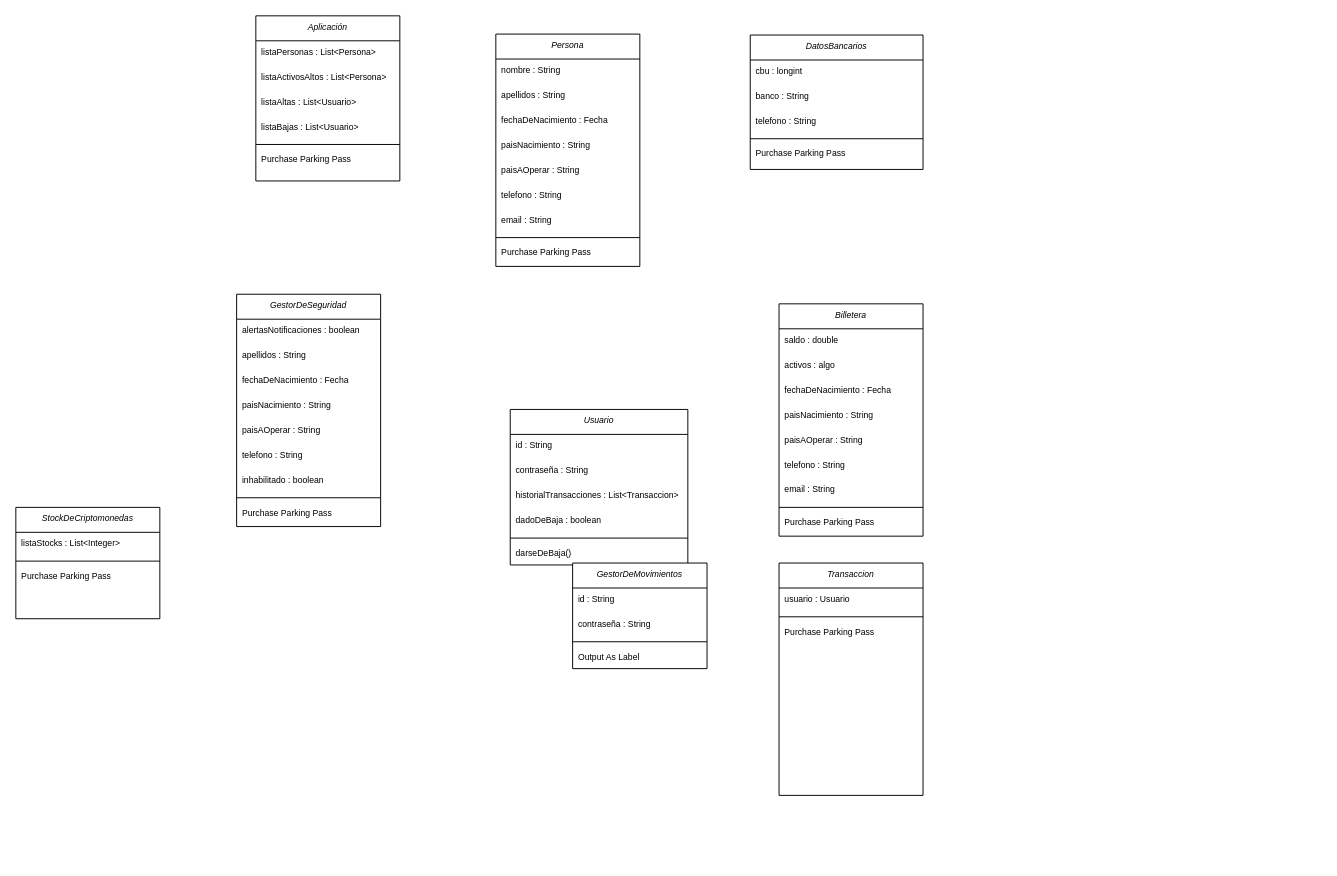
Above: CriptoWallet.drawio in Faus142005/CriptoWallet (draw.io), before the change. Source tidied: cells renumbered, new cells numbered last; positions are measured from the earlier drawing's top-left corner, leaving out a move shared by most shapes. Both pictures are drawn from the tidied source at 96%, with x=0, y=0 at pixel (15, 15).
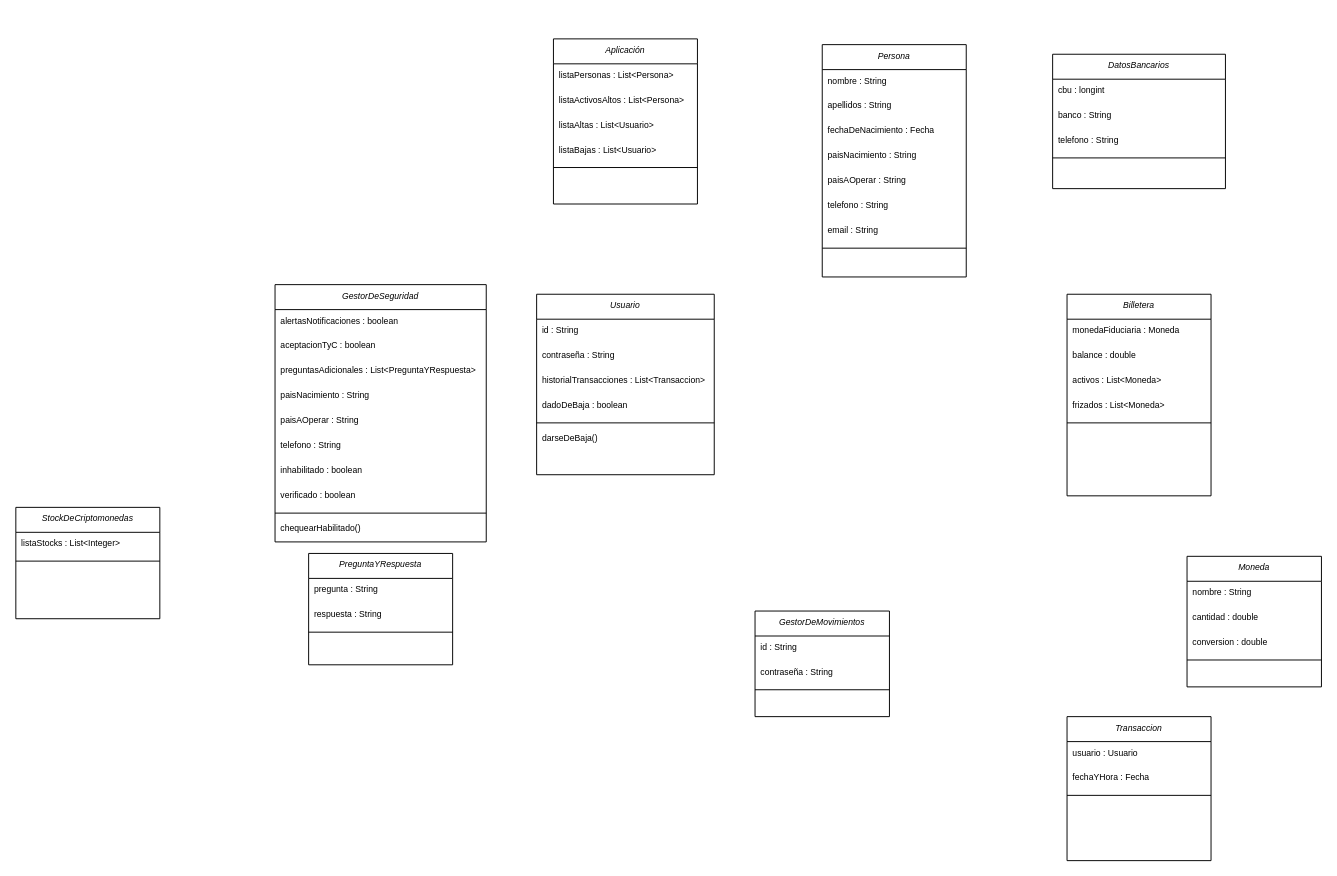
The same diagram, later.

The change refers to these unchanged cells:
```xml
<mxCell id="61" value="StockDeCriptomonedas" style="swimlane;fontStyle=2;align=center;verticalAlign=top;horizontal=1;startSize=26;rounded=0;shadow=0;strokeWidth=1;fontSize=9;" parent="1" vertex="1">
  <mxGeometry y="512" width="150" height="116" as="geometry" />
</mxCell>
```

What changed in the source:
```diff
@@
     <mxCell id="2" value="Persona" style="swimlane;fontStyle=2;align=center;verticalAlign=top;horizontal=1;startSize=26;rounded=0;shadow=0;strokeWidth=1;fontSize=9;" parent="1" vertex="1">
-      <mxGeometry x="500" y="19" width="150" height="242" as="geometry" />
+      <mxGeometry x="840" y="30" width="150" height="242" as="geometry" />
     </mxCell>
@@
-    <mxCell id="11" value="Purchase Parking Pass" style="text;align=left;verticalAlign=top;spacingLeft=4;spacingRight=4;overflow=hidden;fontSize=9;" parent="2" vertex="1">
-      <mxGeometry y="216" width="150" height="26" as="geometry" />
-    </mxCell>
     <mxCell id="12" value="Usuario" style="swimlane;fontStyle=2;align=center;verticalAlign=top;horizontal=1;startSize=26;rounded=0;shadow=0;strokeWidth=1;fontSize=9;" parent="1" vertex="1">
-      <mxGeometry x="515" y="410" width="185" height="162" as="geometry" />
+      <mxGeometry x="542.5" y="290" width="185" height="188" as="geometry" />
     </mxCell>
@@
     <mxCell id="19" value="DatosBancarios" style="swimlane;fontStyle=2;align=center;verticalAlign=top;horizontal=1;startSize=26;rounded=0;shadow=0;strokeWidth=1;fontSize=9;" parent="1" vertex="1">
-      <mxGeometry x="765" y="20" width="180" height="140" as="geometry" />
+      <mxGeometry x="1080" y="40" width="180" height="140" as="geometry" />
     </mxCell>
@@
-    <mxCell id="24" value="Purchase Parking Pass" style="text;align=left;verticalAlign=top;spacingLeft=4;spacingRight=4;overflow=hidden;fontSize=9;" parent="19" vertex="1">
-      <mxGeometry y="112" width="180" height="26" as="geometry" />
-    </mxCell>
     <mxCell id="25" value="GestorDeSeguridad" style="swimlane;fontStyle=2;align=center;verticalAlign=top;horizontal=1;startSize=26;rounded=0;shadow=0;strokeWidth=1;fontSize=9;" parent="1" vertex="1">
-      <mxGeometry x="230" y="290" width="150" height="242" as="geometry" />
+      <mxGeometry x="270" y="280" width="220" height="268" as="geometry" />
     </mxCell>
     <mxCell id="26" value="alertasNotificaciones : boolean" style="text;align=left;verticalAlign=top;spacingLeft=4;spacingRight=4;overflow=hidden;rounded=0;shadow=0;html=0;fontSize=9;" parent="25" vertex="1">
-      <mxGeometry y="26" width="150" height="26" as="geometry" />
+      <mxGeometry y="26" width="220" height="26" as="geometry" />
     </mxCell>
-    <mxCell id="27" value="apellidos : String" style="text;align=left;verticalAlign=top;spacingLeft=4;spacingRight=4;overflow=hidden;rounded=0;shadow=0;html=0;fontSize=9;" parent="25" vertex="1">
-      <mxGeometry y="52" width="150" height="26" as="geometry" />
+    <mxCell id="27" value="aceptacionTyC : boolean" style="text;align=left;verticalAlign=top;spacingLeft=4;spacingRight=4;overflow=hidden;rounded=0;shadow=0;html=0;fontSize=9;" parent="25" vertex="1">
+      <mxGeometry y="52" width="220" height="26" as="geometry" />
     </mxCell>
-    <mxCell id="28" value="fechaDeNacimiento : Fecha" style="text;align=left;verticalAlign=top;spacingLeft=4;spacingRight=4;overflow=hidden;rounded=0;shadow=0;html=0;fontSize=9;" parent="25" vertex="1">
-      <mxGeometry y="78" width="150" height="26" as="geometry" />
+    <mxCell id="28" value="preguntasAdicionales : List&lt;PreguntaYRespuesta&gt;" style="text;align=left;verticalAlign=top;spacingLeft=4;spacingRight=4;overflow=hidden;rounded=0;shadow=0;html=0;fontSize=9;" parent="25" vertex="1">
+      <mxGeometry y="78" width="220" height="26" as="geometry" />
     </mxCell>
     <mxCell id="29" value="paisNacimiento : String" style="text;align=left;verticalAlign=top;spacingLeft=4;spacingRight=4;overflow=hidden;rounded=0;shadow=0;html=0;fontSize=9;" parent="25" vertex="1">
-      <mxGeometry y="104" width="150" height="26" as="geometry" />
+      <mxGeometry y="104" width="220" height="26" as="geometry" />
     </mxCell>
     <mxCell id="30" value="paisAOperar : String" style="text;align=left;verticalAlign=top;spacingLeft=4;spacingRight=4;overflow=hidden;rounded=0;shadow=0;html=0;fontSize=9;" parent="25" vertex="1">
-      <mxGeometry y="130" width="150" height="26" as="geometry" />
+      <mxGeometry y="130" width="220" height="26" as="geometry" />
     </mxCell>
     <mxCell id="31" value="telefono : String" style="text;align=left;verticalAlign=top;spacingLeft=4;spacingRight=4;overflow=hidden;rounded=0;shadow=0;html=0;fontSize=9;" parent="25" vertex="1">
-      <mxGeometry y="156" width="150" height="26" as="geometry" />
+      <mxGeometry y="156" width="220" height="26" as="geometry" />
     </mxCell>
     <mxCell id="32" value="inhabilitado : boolean" style="text;align=left;verticalAlign=top;spacingLeft=4;spacingRight=4;overflow=hidden;rounded=0;shadow=0;html=0;fontSize=9;" parent="25" vertex="1">
-      <mxGeometry y="182" width="150" height="26" as="geometry" />
+      <mxGeometry y="182" width="220" height="26" as="geometry" />
     </mxCell>
+    <mxCell id="65" value="verificado : boolean" style="text;align=left;verticalAlign=top;spacingLeft=4;spacingRight=4;overflow=hidden;rounded=0;shadow=0;html=0;fontSize=9;" parent="25" vertex="1">
+      <mxGeometry y="208" width="220" height="26" as="geometry" />
+    </mxCell>
     <mxCell id="33" style="line;html=1;strokeWidth=1;align=left;verticalAlign=middle;spacingTop=-1;spacingLeft=3;spacingRight=3;labelPosition=right;" parent="25" vertex="1">
-      <mxGeometry y="208" width="150" height="8" as="geometry" />
+      <mxGeometry y="234" width="220" height="8" as="geometry" />
     </mxCell>
-    <mxCell id="34" value="Purchase Parking Pass" style="text;align=left;verticalAlign=top;spacingLeft=4;spacingRight=4;overflow=hidden;fontSize=9;" parent="25" vertex="1">
-      <mxGeometry y="216" width="150" height="26" as="geometry" />
+    <mxCell id="34" value="chequearHabilitado()" style="text;align=left;verticalAlign=top;spacingLeft=4;spacingRight=4;overflow=hidden;fontSize=9;" parent="25" vertex="1">
+      <mxGeometry y="242" width="220" height="26" as="geometry" />
     </mxCell>
     <mxCell id="35" value="Billetera" style="swimlane;fontStyle=2;align=center;verticalAlign=top;horizontal=1;startSize=26;rounded=0;shadow=0;strokeWidth=1;fontSize=9;" parent="1" vertex="1">
-      <mxGeometry x="795" y="300" width="150" height="242" as="geometry" />
+      <mxGeometry x="1095" y="290" width="150" height="210" as="geometry" />
     </mxCell>
+    <mxCell id="38" value="monedaFiduciaria : Moneda" style="text;align=left;verticalAlign=top;spacingLeft=4;spacingRight=4;overflow=hidden;rounded=0;shadow=0;html=0;fontSize=9;" parent="35" vertex="1">
+      <mxGeometry y="26" width="150" height="26" as="geometry" />
+    </mxCell>
-    <mxCell id="36" value="saldo : double" style="text;align=left;verticalAlign=top;spacingLeft=4;spacingRight=4;overflow=hidden;rounded=0;shadow=0;html=0;fontSize=9;" parent="35" vertex="1">
-      <mxGeometry y="26" width="150" height="26" as="geometry" />
+    <mxCell id="36" value="balance : double" style="text;align=left;verticalAlign=top;spacingLeft=4;spacingRight=4;overflow=hidden;rounded=0;shadow=0;html=0;fontSize=9;" parent="35" vertex="1">
+      <mxGeometry y="52" width="150" height="26" as="geometry" />
     </mxCell>
-    <mxCell id="37" value="activos : algo" style="text;align=left;verticalAlign=top;spacingLeft=4;spacingRight=4;overflow=hidden;rounded=0;shadow=0;html=0;fontSize=9;" parent="35" vertex="1">
-      <mxGeometry y="52" width="150" height="26" as="geometry" />
+    <mxCell id="37" value="activos : List&lt;Moneda&gt;" style="text;align=left;verticalAlign=top;spacingLeft=4;spacingRight=4;overflow=hidden;rounded=0;shadow=0;html=0;fontSize=9;" parent="35" vertex="1">
+      <mxGeometry y="78" width="150" height="26" as="geometry" />
     </mxCell>
-    <mxCell id="38" value="fechaDeNacimiento : Fecha" style="text;align=left;verticalAlign=top;spacingLeft=4;spacingRight=4;overflow=hidden;rounded=0;shadow=0;html=0;fontSize=9;" parent="35" vertex="1">
-      <mxGeometry y="78" width="150" height="26" as="geometry" />
-    </mxCell>
-    <mxCell id="39" value="paisNacimiento : String" style="text;align=left;verticalAlign=top;spacingLeft=4;spacingRight=4;overflow=hidden;rounded=0;shadow=0;html=0;fontSize=9;" parent="35" vertex="1">
-      <mxGeometry y="104" width="150" height="26" as="geometry" />
-    </mxCell>
-    <mxCell id="40" value="paisAOperar : String" style="text;align=left;verticalAlign=top;spacingLeft=4;spacingRight=4;overflow=hidden;rounded=0;shadow=0;html=0;fontSize=9;" parent="35" vertex="1">
-      <mxGeometry y="130" width="150" height="26" as="geometry" />
-    </mxCell>
-    <mxCell id="41" value="telefono : String" style="text;align=left;verticalAlign=top;spacingLeft=4;spacingRight=4;overflow=hidden;rounded=0;shadow=0;html=0;fontSize=9;" parent="35" vertex="1">
-      <mxGeometry y="156" width="150" height="26" as="geometry" />
-    </mxCell>
-    <mxCell id="42" value="email : String" style="text;align=left;verticalAlign=top;spacingLeft=4;spacingRight=4;overflow=hidden;rounded=0;shadow=0;html=0;fontSize=9;" parent="35" vertex="1">
-      <mxGeometry y="182" width="150" height="26" as="geometry" />
-    </mxCell>
+    <mxCell id="66" value="frizados : List&lt;Moneda&gt;" style="text;align=left;verticalAlign=top;spacingLeft=4;spacingRight=4;overflow=hidden;rounded=0;shadow=0;html=0;fontSize=9;" parent="35" vertex="1">
+      <mxGeometry y="104" width="150" height="26" as="geometry" />
+    </mxCell>
     <mxCell id="43" style="line;html=1;strokeWidth=1;align=left;verticalAlign=middle;spacingTop=-1;spacingLeft=3;spacingRight=3;labelPosition=right;" parent="35" vertex="1">
-      <mxGeometry y="208" width="150" height="8" as="geometry" />
+      <mxGeometry y="130" width="150" height="8" as="geometry" />
     </mxCell>
-    <mxCell id="44" value="Purchase Parking Pass" style="text;align=left;verticalAlign=top;spacingLeft=4;spacingRight=4;overflow=hidden;fontSize=9;" parent="35" vertex="1">
-      <mxGeometry y="216" width="150" height="26" as="geometry" />
-    </mxCell>
     <mxCell id="45" value="Transaccion" style="swimlane;fontStyle=2;align=center;verticalAlign=top;horizontal=1;startSize=26;rounded=0;shadow=0;strokeWidth=1;fontSize=9;" parent="1" vertex="1">
-      <mxGeometry x="795" y="570" width="150" height="242" as="geometry" />
+      <mxGeometry x="1095" y="730" width="150" height="150" as="geometry" />
     </mxCell>
@@
+    <mxCell id="67" value="fechaYHora : Fecha" style="text;align=left;verticalAlign=top;spacingLeft=4;spacingRight=4;overflow=hidden;rounded=0;shadow=0;html=0;fontSize=9;" parent="45" vertex="1">
+      <mxGeometry y="52" width="150" height="26" as="geometry" />
+    </mxCell>
     <mxCell id="47" style="line;html=1;strokeWidth=1;align=left;verticalAlign=middle;spacingTop=-1;spacingLeft=3;spacingRight=3;labelPosition=right;" parent="45" vertex="1">
-      <mxGeometry y="52" width="150" height="8" as="geometry" />
+      <mxGeometry y="78" width="150" height="8" as="geometry" />
     </mxCell>
-    <mxCell id="48" value="Purchase Parking Pass" style="text;align=left;verticalAlign=top;spacingLeft=4;spacingRight=4;overflow=hidden;fontSize=9;" parent="45" vertex="1">
-      <mxGeometry y="60" width="150" height="26" as="geometry" />
-    </mxCell>
     <mxCell id="49" value="GestorDeMovimientos" style="swimlane;fontStyle=2;align=center;verticalAlign=top;horizontal=1;startSize=26;rounded=0;shadow=0;strokeWidth=1;fontSize=9;" parent="1" vertex="1">
-      <mxGeometry x="580" y="570" width="140" height="110" as="geometry" />
+      <mxGeometry x="770" y="620" width="140" height="110" as="geometry" />
     </mxCell>
@@
-    <mxCell id="53" value="Output As Label" style="text;align=left;verticalAlign=top;spacingLeft=4;spacingRight=4;overflow=hidden;fontSize=9;" parent="49" vertex="1">
-      <mxGeometry y="86" width="140" height="24" as="geometry" />
-    </mxCell>
     <mxCell id="54" value="Aplicación" style="swimlane;fontStyle=2;align=center;verticalAlign=top;horizontal=1;startSize=26;rounded=0;shadow=0;strokeWidth=1;fontSize=9;" parent="1" vertex="1">
-      <mxGeometry x="250" width="150" height="172" as="geometry" />
+      <mxGeometry x="560" y="24" width="150" height="172" as="geometry" />
     </mxCell>
@@
-    <mxCell id="60" value="Purchase Parking Pass" style="text;align=left;verticalAlign=top;spacingLeft=4;spacingRight=4;overflow=hidden;fontSize=9;" parent="54" vertex="1">
-      <mxGeometry y="138" width="150" height="26" as="geometry" />
-    </mxCell>
@@
-    <mxCell id="64" value="Purchase Parking Pass" style="text;align=left;verticalAlign=top;spacingLeft=4;spacingRight=4;overflow=hidden;fontSize=9;" parent="61" vertex="1">
-      <mxGeometry y="60" width="150" height="26" as="geometry" />
-    </mxCell>
+    <mxCell id="68" value="PreguntaYRespuesta" style="swimlane;fontStyle=2;align=center;verticalAlign=top;horizontal=1;startSize=26;rounded=0;shadow=0;strokeWidth=1;fontSize=9;" parent="1" vertex="1">
+      <mxGeometry x="305" y="560" width="150" height="116" as="geometry" />
+    </mxCell>
+    <mxCell id="69" value="pregunta : String" style="text;align=left;verticalAlign=top;spacingLeft=4;spacingRight=4;overflow=hidden;rounded=0;shadow=0;html=0;fontSize=9;" parent="68" vertex="1">
+      <mxGeometry y="26" width="150" height="26" as="geometry" />
+    </mxCell>
+    <mxCell id="70" value="respuesta : String" style="text;align=left;verticalAlign=top;spacingLeft=4;spacingRight=4;overflow=hidden;rounded=0;shadow=0;html=0;fontSize=9;" parent="68" vertex="1">
+      <mxGeometry y="52" width="150" height="26" as="geometry" />
+    </mxCell>
+    <mxCell id="71" style="line;html=1;strokeWidth=1;align=left;verticalAlign=middle;spacingTop=-1;spacingLeft=3;spacingRight=3;labelPosition=right;" parent="68" vertex="1">
+      <mxGeometry y="78" width="150" height="8" as="geometry" />
+    </mxCell>
+    <mxCell id="72" value="Moneda" style="swimlane;fontStyle=2;align=center;verticalAlign=top;horizontal=1;startSize=26;rounded=0;shadow=0;strokeWidth=1;fontSize=9;" parent="1" vertex="1">
+      <mxGeometry x="1220" y="563" width="140" height="136" as="geometry" />
+    </mxCell>
+    <mxCell id="73" value="nombre : String" style="text;align=left;verticalAlign=top;spacingLeft=4;spacingRight=4;overflow=hidden;fontSize=9;" parent="72" vertex="1">
+      <mxGeometry y="26" width="140" height="26" as="geometry" />
+    </mxCell>
+    <mxCell id="74" value="cantidad : double" style="text;align=left;verticalAlign=top;spacingLeft=4;spacingRight=4;overflow=hidden;rounded=0;shadow=0;html=0;fontSize=9;" parent="72" vertex="1">
+      <mxGeometry y="52" width="140" height="26" as="geometry" />
+    </mxCell>
+    <mxCell id="75" value="conversion : double" style="text;align=left;verticalAlign=top;spacingLeft=4;spacingRight=4;overflow=hidden;rounded=0;shadow=0;html=0;fontSize=9;" parent="72" vertex="1">
+      <mxGeometry y="78" width="140" height="26" as="geometry" />
+    </mxCell>
+    <mxCell id="76" style="line;html=1;strokeWidth=1;align=left;verticalAlign=middle;spacingTop=-1;spacingLeft=3;spacingRight=3;labelPosition=right;" parent="72" vertex="1">
+      <mxGeometry y="104" width="140" height="8" as="geometry" />
+    </mxCell>
```
